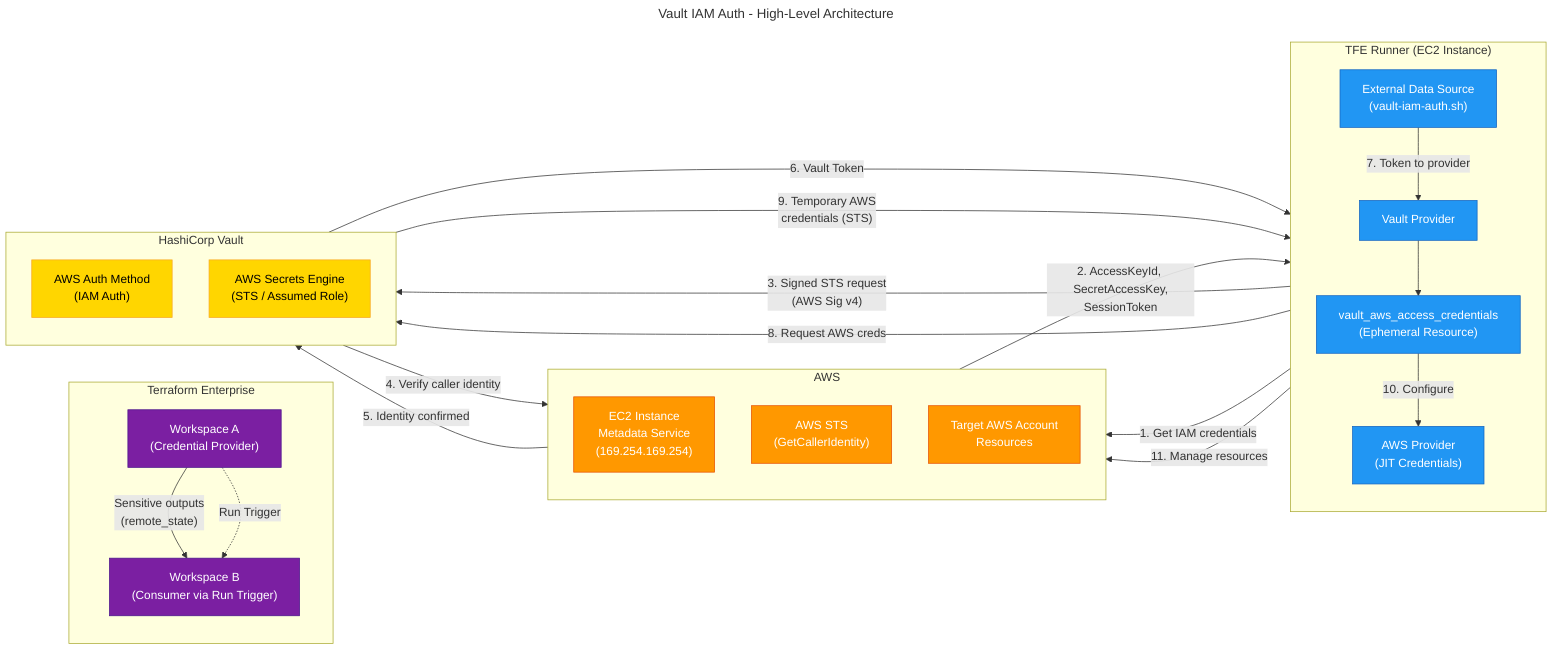
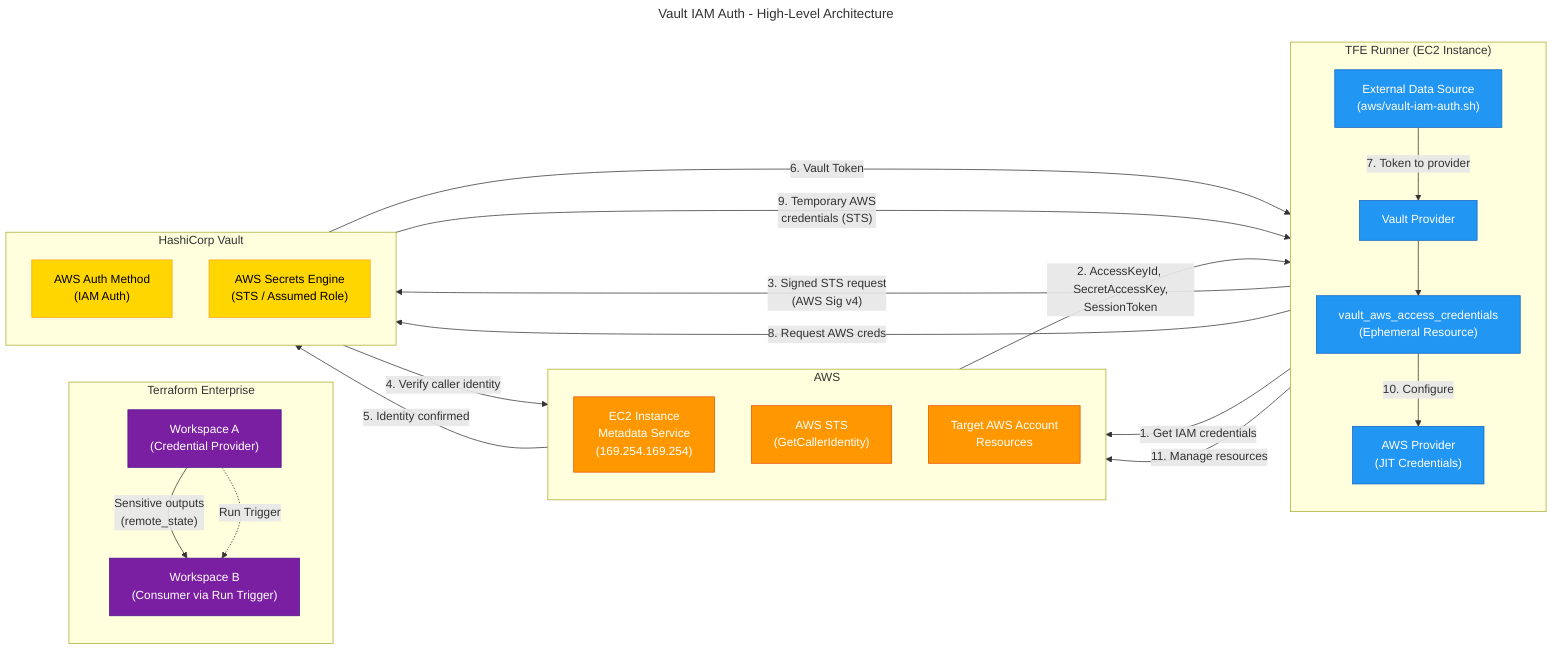
---
title: Vault IAM Auth - High-Level Architecture
---
flowchart LR
    subgraph TFE["Terraform Enterprise"]
        direction TB
        WS1["Workspace A<br/>(Credential Provider)"]
        WS2["Workspace B<br/>(Consumer via Run Trigger)"]
    end

    subgraph EC2["TFE Runner (EC2 Instance)"]
        direction TB
-         EXT["External Data Source<br/>(vault-iam-auth.sh)"]
+         EXT["External Data Source<br/>(aws/vault-iam-auth.sh)"]
        VP["Vault Provider"]
        EPHEM["vault_aws_access_credentials<br/>(Ephemeral Resource)"]
        AWSP["AWS Provider<br/>(JIT Credentials)"]
    end

    subgraph AWS_Services["AWS"]
        direction TB
        IMDS["EC2 Instance<br/>Metadata Service<br/>(169.254.169.254)"]
        STS["AWS STS<br/>(GetCallerIdentity)"]
        TARGET["Target AWS Account<br/>Resources"]
    end

    subgraph Vault["HashiCorp Vault"]
        direction TB
        AUTH["AWS Auth Method<br/>(IAM Auth)"]
        SECRET["AWS Secrets Engine<br/>(STS / Assumed Role)"]
    end

    %% Primary AWS Flow
    EXT -->|"1. Get IAM credentials"| IMDS
    IMDS -->|"2. AccessKeyId, SecretAccessKey,<br/>SessionToken"| EXT
    EXT -->|"3. Signed STS request<br/>(AWS Sig v4)"| AUTH
    AUTH -->|"4. Verify caller identity"| STS
    STS -->|"5. Identity confirmed"| AUTH
    AUTH -->|"6. Vault Token"| EXT
    EXT -->|"7. Token to provider"| VP
    VP --> EPHEM
    EPHEM -->|"8. Request AWS creds"| SECRET
    SECRET -->|"9. Temporary AWS<br/>credentials (STS)"| EPHEM
    EPHEM -->|"10. Configure"| AWSP
    AWSP -->|"11. Manage resources"| TARGET

    %% Cross-workspace flow
    WS1 -->|"Sensitive outputs<br/>(remote_state)"| WS2
    WS1 -.->|"Run Trigger"| WS2

    %% Styling
    classDef primary fill:#2196F3,stroke:#1565C0,color:#fff
    classDef vault fill:#FFD600,stroke:#F9A825,color:#000
    classDef aws fill:#FF9800,stroke:#E65100,color:#fff
    classDef tfe fill:#7B1FA2,stroke:#4A148C,color:#fff

    class EXT,VP,EPHEM,AWSP primary
    class AUTH,SECRET vault
    class IMDS,STS,TARGET aws
    class WS1,WS2 tfe
